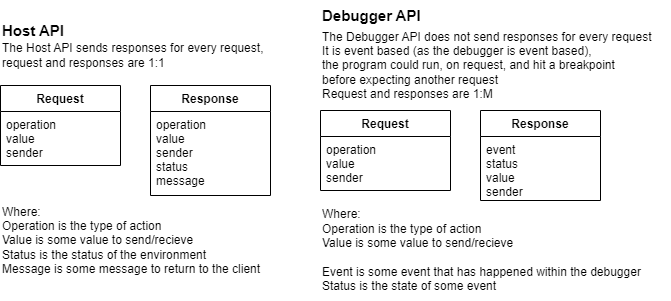
This is design/api.png from otto2048/honours-project, a draw.io export, as it was before one commit. Source tidied: cells renumbered, new cells last; positions are measured from the earlier drawing's top-left corner, leaving out a move shared by most shapes. Its diagram source:
```xml
<mxGraphModel background="#ffffff">
  <root>
    <mxCell id="0" />
    <mxCell id="1" parent="0" />
    <mxCell id="2" style="group;fillColor=default;" parent="1" vertex="1">
      <mxGeometry x="320" width="350" height="300" as="geometry" />
    </mxCell>
    <mxCell id="3" value="&lt;b&gt;&lt;font style=&quot;font-size: 15px;&quot;&gt;Debugger API&lt;/font&gt;&lt;/b&gt;" style="text;html=1;strokeColor=none;fillColor=none;align=left;verticalAlign=middle;whiteSpace=wrap;rounded=0;" parent="2" vertex="1">
      <mxGeometry width="110" height="30" as="geometry" />
    </mxCell>
    <mxCell id="4" value="Request" style="swimlane;fontStyle=1;align=center;verticalAlign=top;horizontal=1;startSize=26;" parent="2" vertex="1">
      <mxGeometry y="110" width="130" height="80" as="geometry" />
    </mxCell>
    <mxCell id="5" value="operation&#10;value&#10;sender" style="text;strokeColor=none;fillColor=none;align=left;verticalAlign=top;spacingLeft=4;spacingRight=4;overflow=hidden;" parent="4" vertex="1">
      <mxGeometry y="26" width="130" height="54" as="geometry" />
    </mxCell>
    <mxCell id="6" value="Response" style="swimlane;fontStyle=1;align=center;verticalAlign=top;horizontal=1;startSize=26;" parent="2" vertex="1">
      <mxGeometry x="160" y="110" width="120" height="90" as="geometry" />
    </mxCell>
    <mxCell id="7" value="event&#10;status&#10;value&#10;sender" style="text;strokeColor=none;fillColor=none;align=left;verticalAlign=top;spacingLeft=4;spacingRight=4;overflow=hidden;" parent="6" vertex="1">
      <mxGeometry y="26" width="120" height="64" as="geometry" />
    </mxCell>
    <mxCell id="8" value="Where:&lt;br&gt;&lt;div style=&quot;&quot;&gt;&lt;span style=&quot;background-color: initial;&quot;&gt;Operation is the type of action&lt;/span&gt;&lt;/div&gt;&lt;div style=&quot;&quot;&gt;&lt;span style=&quot;background-color: initial;&quot;&gt;Value is some value to send/recieve&lt;/span&gt;&lt;/div&gt;&lt;div style=&quot;&quot;&gt;&lt;br&gt;&lt;/div&gt;&lt;div style=&quot;&quot;&gt;Event is some event that has happened within the debugger&lt;/div&gt;&lt;div style=&quot;&quot;&gt;Status is the state of some event&lt;/div&gt;" style="text;html=1;align=left;verticalAlign=middle;strokeColor=none;fillColor=none;" parent="2" vertex="1">
      <mxGeometry y="200" width="340" height="100" as="geometry" />
    </mxCell>
    <mxCell id="9" value="The Debugger API does not send responses for every request&lt;br&gt;It is event based (as the debugger is event based), &lt;br&gt;the program could run, on request, and hit a breakpoint &lt;br&gt;before expecting another request&lt;br&gt;Request and responses are 1:M" style="text;html=1;align=left;verticalAlign=middle;strokeColor=none;fillColor=none;" parent="2" vertex="1">
      <mxGeometry y="20" width="350" height="90" as="geometry" />
    </mxCell>
    <mxCell id="10" style="group;fillColor=default;" parent="1" vertex="1">
      <mxGeometry y="15" width="280" height="270" as="geometry" />
    </mxCell>
    <mxCell id="11" value="&lt;b&gt;&lt;font style=&quot;font-size: 15px;&quot;&gt;Host API&lt;/font&gt;&lt;/b&gt;" style="text;html=1;align=left;verticalAlign=middle;strokeColor=none;fillColor=none;rounded=0;" parent="10" vertex="1">
      <mxGeometry width="90" height="30" as="geometry" />
    </mxCell>
    <mxCell id="12" value="Response" style="swimlane;fontStyle=1;align=center;verticalAlign=top;horizontal=1;startSize=26;" parent="10" vertex="1">
      <mxGeometry x="150" y="70" width="120" height="110" as="geometry" />
    </mxCell>
    <mxCell id="13" value="operation&#10;value&#10;sender&#10;status&#10;message" style="text;strokeColor=none;fillColor=none;align=left;verticalAlign=top;spacingLeft=4;spacingRight=4;overflow=hidden;" parent="12" vertex="1">
      <mxGeometry y="26" width="120" height="84" as="geometry" />
    </mxCell>
    <mxCell id="14" value="Request" style="swimlane;fontStyle=1;align=center;verticalAlign=top;horizontal=1;startSize=26;" parent="10" vertex="1">
      <mxGeometry y="70" width="120" height="80" as="geometry" />
    </mxCell>
    <mxCell id="15" value="operation&#10;value&#10;sender" style="text;strokeColor=none;fillColor=none;align=left;verticalAlign=top;spacingLeft=4;spacingRight=4;overflow=hidden;" parent="14" vertex="1">
      <mxGeometry y="26" width="120" height="54" as="geometry" />
    </mxCell>
    <mxCell id="16" value="Where:&lt;br&gt;&lt;div style=&quot;&quot;&gt;&lt;span style=&quot;background-color: initial;&quot;&gt;Operation is the type of action&lt;/span&gt;&lt;/div&gt;&lt;div style=&quot;&quot;&gt;&lt;span style=&quot;background-color: initial;&quot;&gt;Value is some value to send/recieve&lt;/span&gt;&lt;/div&gt;&lt;div style=&quot;&quot;&gt;Status is the status of the environment&lt;/div&gt;&lt;div style=&quot;&quot;&gt;Message is some message to return to the client&lt;/div&gt;" style="text;html=1;align=left;verticalAlign=middle;strokeColor=none;fillColor=none;" parent="10" vertex="1">
      <mxGeometry y="180" width="280" height="90" as="geometry" />
    </mxCell>
    <mxCell id="17" value="The Host API sends responses for every request, &lt;br&gt;request and responses are 1:1" style="text;html=1;align=left;verticalAlign=middle;strokeColor=none;fillColor=none;" parent="10" vertex="1">
      <mxGeometry y="20" width="280" height="40" as="geometry" />
    </mxCell>
  </root>
</mxGraphModel>
```
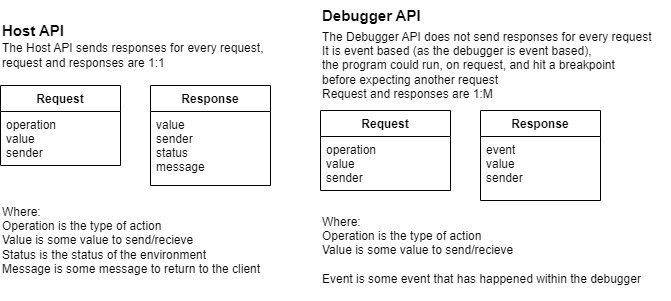
The same file after the commit.

Diff of the diagram source:
```diff
@@ -17,11 +17,11 @@
     <mxCell id="6" value="Response" style="swimlane;fontStyle=1;align=center;verticalAlign=top;horizontal=1;startSize=26;" parent="2" vertex="1">
       <mxGeometry x="160" y="110" width="120" height="90" as="geometry" />
     </mxCell>
-    <mxCell id="7" value="event&#10;status&#10;value&#10;sender" style="text;strokeColor=none;fillColor=none;align=left;verticalAlign=top;spacingLeft=4;spacingRight=4;overflow=hidden;" parent="6" vertex="1">
+    <mxCell id="7" value="event&#10;value&#10;sender" style="text;strokeColor=none;fillColor=none;align=left;verticalAlign=top;spacingLeft=4;spacingRight=4;overflow=hidden;" parent="6" vertex="1">
       <mxGeometry y="26" width="120" height="64" as="geometry" />
     </mxCell>
-    <mxCell id="8" value="Where:&lt;br&gt;&lt;div style=&quot;&quot;&gt;&lt;span style=&quot;background-color: initial;&quot;&gt;Operation is the type of action&lt;/span&gt;&lt;/div&gt;&lt;div style=&quot;&quot;&gt;&lt;span style=&quot;background-color: initial;&quot;&gt;Value is some value to send/recieve&lt;/span&gt;&lt;/div&gt;&lt;div style=&quot;&quot;&gt;&lt;br&gt;&lt;/div&gt;&lt;div style=&quot;&quot;&gt;Event is some event that has happened within the debugger&lt;/div&gt;&lt;div style=&quot;&quot;&gt;Status is the state of some event&lt;/div&gt;" style="text;html=1;align=left;verticalAlign=middle;strokeColor=none;fillColor=none;" parent="2" vertex="1">
-      <mxGeometry y="200" width="340" height="100" as="geometry" />
+    <mxCell id="8" value="Where:&lt;br&gt;&lt;div style=&quot;&quot;&gt;&lt;span style=&quot;background-color: initial;&quot;&gt;Operation is the type of action&lt;/span&gt;&lt;/div&gt;&lt;div style=&quot;&quot;&gt;&lt;span style=&quot;background-color: initial;&quot;&gt;Value is some value to send/recieve&lt;/span&gt;&lt;/div&gt;&lt;div style=&quot;&quot;&gt;&lt;br&gt;&lt;/div&gt;&lt;div style=&quot;&quot;&gt;Event is some event that has happened within the debugger&lt;/div&gt;" style="text;html=1;align=left;verticalAlign=middle;strokeColor=none;fillColor=none;" parent="2" vertex="1">
+      <mxGeometry y="205" width="340" height="90" as="geometry" />
     </mxCell>
     <mxCell id="9" value="The Debugger API does not send responses for every request&lt;br&gt;It is event based (as the debugger is event based), &lt;br&gt;the program could run, on request, and hit a breakpoint &lt;br&gt;before expecting another request&lt;br&gt;Request and responses are 1:M" style="text;html=1;align=left;verticalAlign=middle;strokeColor=none;fillColor=none;" parent="2" vertex="1">
       <mxGeometry y="20" width="350" height="90" as="geometry" />
@@ -33,10 +33,10 @@
       <mxGeometry width="90" height="30" as="geometry" />
     </mxCell>
     <mxCell id="12" value="Response" style="swimlane;fontStyle=1;align=center;verticalAlign=top;horizontal=1;startSize=26;" parent="10" vertex="1">
-      <mxGeometry x="150" y="70" width="120" height="110" as="geometry" />
+      <mxGeometry x="150" y="70" width="120" height="100" as="geometry" />
     </mxCell>
-    <mxCell id="13" value="operation&#10;value&#10;sender&#10;status&#10;message" style="text;strokeColor=none;fillColor=none;align=left;verticalAlign=top;spacingLeft=4;spacingRight=4;overflow=hidden;" parent="12" vertex="1">
-      <mxGeometry y="26" width="120" height="84" as="geometry" />
+    <mxCell id="13" value="value&#10;sender&#10;status&#10;message" style="text;strokeColor=none;fillColor=none;align=left;verticalAlign=top;spacingLeft=4;spacingRight=4;overflow=hidden;" parent="12" vertex="1">
+      <mxGeometry y="26" width="120" height="74" as="geometry" />
     </mxCell>
     <mxCell id="14" value="Request" style="swimlane;fontStyle=1;align=center;verticalAlign=top;horizontal=1;startSize=26;" parent="10" vertex="1">
       <mxGeometry y="70" width="120" height="80" as="geometry" />
```
